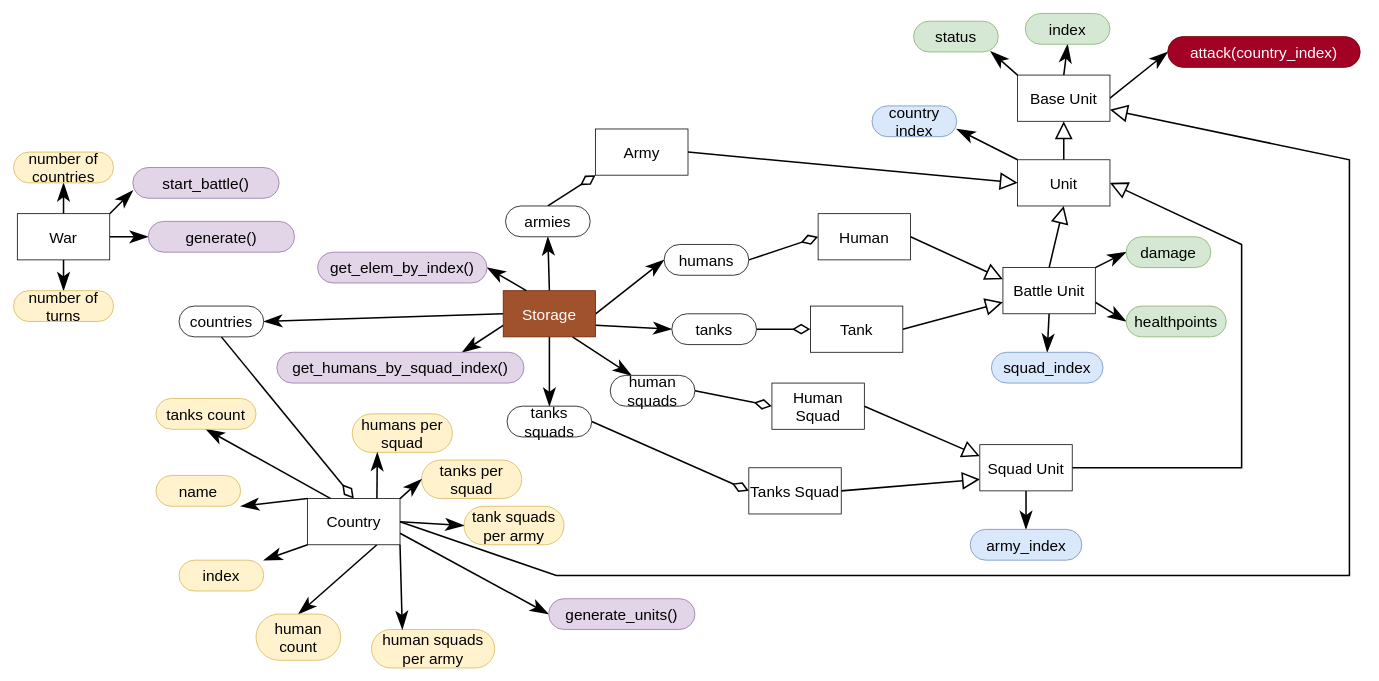
Before: the_battle.drawio in MikelTopKek/battlegame, a draw.io diagram. Source tidied: cells renumbered, new cells numbered last; positions are measured from the earlier drawing's top-left corner, leaving out a move shared by most shapes. Both pictures are drawn from the tidied source at 77%, with x=0, y=0 at pixel (13, 13).
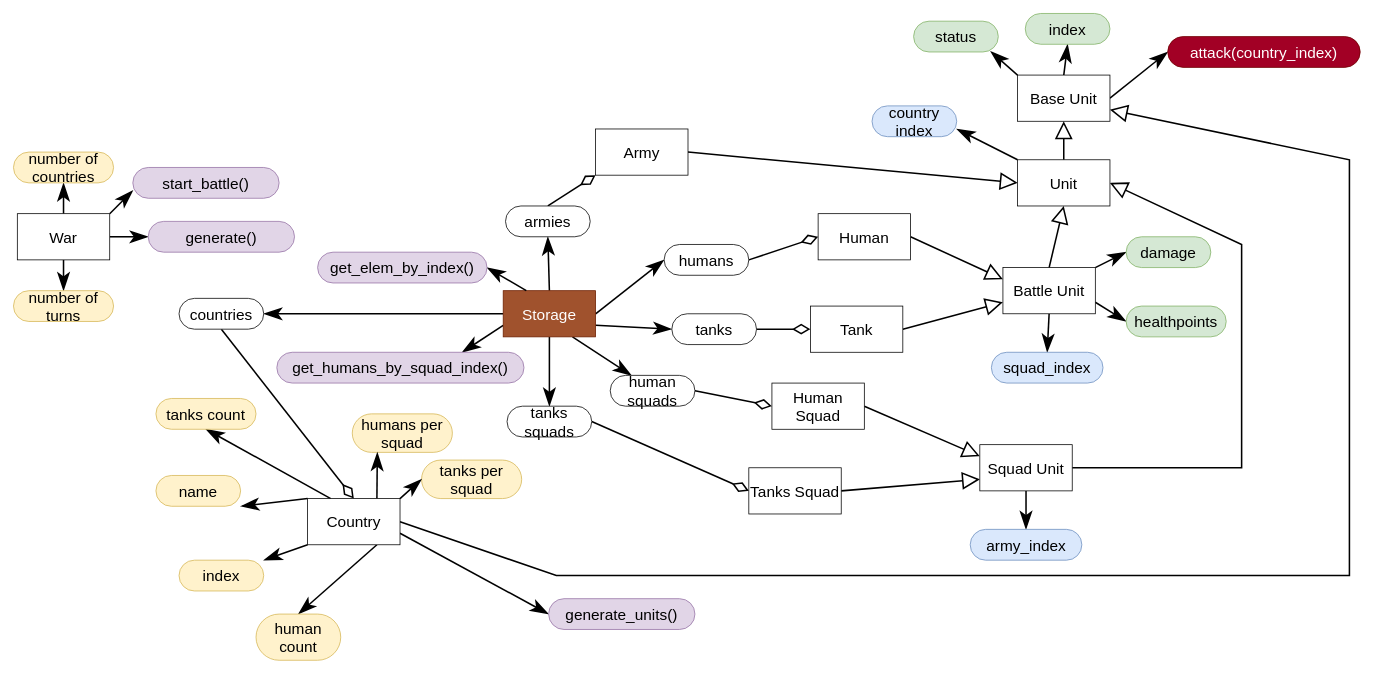
Above is the later version.

Unchanged cells that the change refers to:
```xml
<mxCell id="20" value="Country" style="rounded=0;whiteSpace=wrap;html=1;fontSize=20;" parent="1" vertex="1">
  <mxGeometry x="382" y="630" width="120" height="60" as="geometry" />
</mxCell>
```

What changed in the source:
```diff
@@
-    <mxCell id="8" value="tank squads per army" style="rounded=1;whiteSpace=wrap;html=1;fontSize=20;arcSize=50;fillColor=#fff2cc;strokeColor=#d6b656;" parent="1" vertex="1">
-      <mxGeometry x="585" y="640" width="130" height="50" as="geometry" />
-    </mxCell>
-    <mxCell id="9" value="human squads per army" style="rounded=1;whiteSpace=wrap;html=1;fontSize=20;arcSize=50;fillColor=#fff2cc;strokeColor=#d6b656;" parent="1" vertex="1">
-      <mxGeometry x="465" y="800" width="160" height="50" as="geometry" />
-    </mxCell>
@@
-    <mxCell id="15" style="edgeStyle=none;rounded=0;jettySize=auto;html=1;exitX=1;exitY=0.5;exitDx=0;exitDy=0;entryX=0;entryY=0.5;entryDx=0;entryDy=0;endArrow=classicThin;endFill=1;endSize=18;strokeWidth=2;fontSize=20;" parent="1" edge="1" source="20" target="8">
-      <mxGeometry relative="1" as="geometry" />
-    </mxCell>
-    <mxCell id="16" style="edgeStyle=none;rounded=0;jettySize=auto;html=1;exitX=1;exitY=1;exitDx=0;exitDy=0;entryX=0.25;entryY=0;entryDx=0;entryDy=0;endArrow=classicThin;endFill=1;endSize=18;strokeWidth=2;fontSize=20;" parent="1" edge="1" source="20" target="9">
-      <mxGeometry relative="1" as="geometry" />
-    </mxCell>
@@
     <mxCell id="33" value="countries" style="rounded=1;whiteSpace=wrap;html=1;fontSize=20;arcSize=50;" parent="1" vertex="1">
-      <mxGeometry x="215" y="380" width="110" height="40" as="geometry" />
+      <mxGeometry x="215" y="370" width="110" height="40" as="geometry" />
     </mxCell>
```
